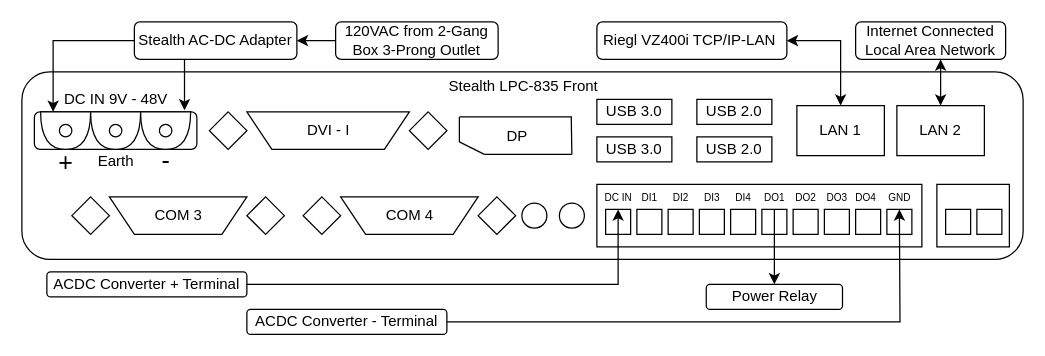
Above: Images/stealth-lpc-835-front-diagram.drawio in CRREL/Mammoth-A-TLS (draw.io), before the change. Source tidied: cells renumbered, new cells numbered last; positions are measured from the earlier drawing's top-left corner, leaving out a move shared by most shapes. Both pictures are drawn from the tidied source at 125%, with x=0, y=0 at pixel (21, 21).
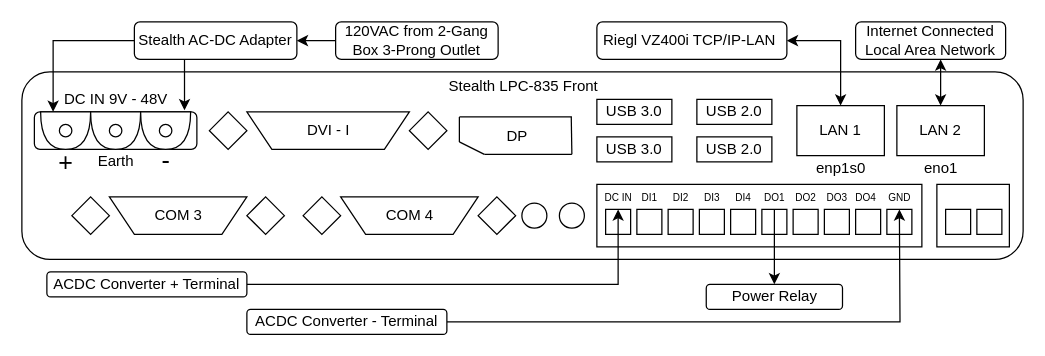
The same page after the edit.

Commit message (it also covers changes not shown here):
LAN Port Naming

Updated diagrams to indicate eno1 and enp1s0 on the front of the stealth box.

What changed in the source:
```diff
@@
+    <mxCell id="80" value="eno1" style="text;html=1;align=center;verticalAlign=middle;strokeColor=none;fillColor=none;" parent="1" vertex="1">
+      <mxGeometry x="715" y="107" width="40" height="20" as="geometry" />
+    </mxCell>
+    <mxCell id="81" value="enp1s0" style="text;html=1;align=center;verticalAlign=middle;strokeColor=none;fillColor=none;" parent="1" vertex="1">
+      <mxGeometry x="630" y="107" width="50" height="20" as="geometry" />
+    </mxCell>
```
